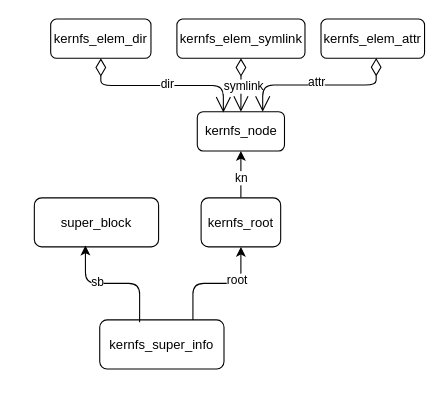
Above: kernfs.drawio in jasonactions/graph (draw.io), before the change. Source tidied: cells renumbered, new cells numbered last; positions are measured from the earlier drawing's top-left corner, leaving out a move shared by most shapes. Both pictures are drawn from the tidied source at 109%, with x=0, y=0 at pixel (34, 19).
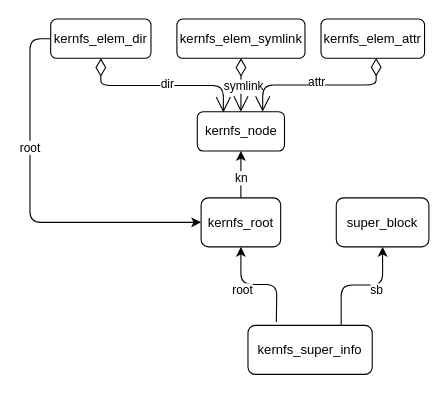
Above is the later version.

The change refers to these unchanged cells:
```xml
<mxCell id="8" value="kernfs_root" style="rounded=1;whiteSpace=wrap;html=1;" parent="1" vertex="1">
  <mxGeometry x="153" y="164" width="73" height="45" as="geometry" />
</mxCell>
<mxCell id="12" value="kernfs_elem_dir" style="rounded=1;whiteSpace=wrap;html=1;" parent="1" vertex="1">
  <mxGeometry x="15" width="92" height="36" as="geometry" />
</mxCell>
```

Change to the diagram source:
```diff
@@
-    <mxCell id="2" style="edgeStyle=orthogonalEdgeStyle;rounded=1;jettySize=auto;html=1;entryX=0.5;entryY=1;entryDx=0;entryDy=0;curved=0;exitX=0.75;exitY=0;exitDx=0;exitDy=0;" parent="1" edge="1" source="4" target="8">
-      <mxGeometry relative="1" as="geometry" />
+    <mxCell id="2" style="edgeStyle=orthogonalEdgeStyle;rounded=1;jettySize=auto;html=1;entryX=0.5;entryY=1;entryDx=0;entryDy=0;curved=0;" parent="1" edge="1" target="8">
+      <mxGeometry relative="1" as="geometry">
+        <mxPoint x="222" y="278" as="sourcePoint" />
+      </mxGeometry>
     </mxCell>
@@
     <mxCell id="4" value="kernfs_super_info" style="rounded=1;whiteSpace=wrap;html=1;" parent="1" vertex="1">
-      <mxGeometry x="60" y="276" width="114" height="45" as="geometry" />
+      <mxGeometry x="196" y="281" width="114" height="45" as="geometry" />
     </mxCell>
     <mxCell id="5" value="super_block" style="rounded=1;whiteSpace=wrap;html=1;" parent="1" vertex="1">
-      <mxGeometry y="164" width="114" height="45" as="geometry" />
+      <mxGeometry x="277" y="164" width="85" height="45" as="geometry" />
     </mxCell>
@@
-    <mxCell id="9" style="edgeStyle=orthogonalEdgeStyle;rounded=1;jettySize=auto;html=1;entryX=0.411;entryY=0.973;entryDx=0;entryDy=0;entryPerimeter=0;curved=0;exitX=0.321;exitY=0.049;exitDx=0;exitDy=0;exitPerimeter=0;" parent="1" edge="1" source="4" target="5">
-      <mxGeometry relative="1" as="geometry" />
+    <mxCell id="9" style="edgeStyle=orthogonalEdgeStyle;rounded=1;jettySize=auto;html=1;entryX=0.5;entryY=1;entryDx=0;entryDy=0;curved=0;exitX=0.75;exitY=0;exitDx=0;exitDy=0;" parent="1" edge="1" source="4" target="5">
+      <mxGeometry relative="1" as="geometry">
+        <Array as="points">
+          <mxPoint x="282" y="244" />
+          <mxPoint x="320" y="244" />
+          <mxPoint x="320" y="209" />
+        </Array>
+      </mxGeometry>
     </mxCell>
@@
+    <mxCell id="21" style="edgeStyle=orthogonalEdgeStyle;rounded=1;jettySize=auto;html=1;entryX=0;entryY=0.5;entryDx=0;entryDy=0;curved=0;" parent="1" edge="1" source="12" target="8">
+      <mxGeometry relative="1" as="geometry">
+        <Array as="points">
+          <mxPoint x="-4" y="18" />
+          <mxPoint x="-4" y="187" />
+        </Array>
+      </mxGeometry>
+    </mxCell>
+    <mxCell id="22" value="root" style="edgeLabel;html=1;align=center;verticalAlign=middle;" parent="21" vertex="1">
+      <mxGeometry x="-0.31" y="-1" relative="1" as="geometry" />
+    </mxCell>
```
